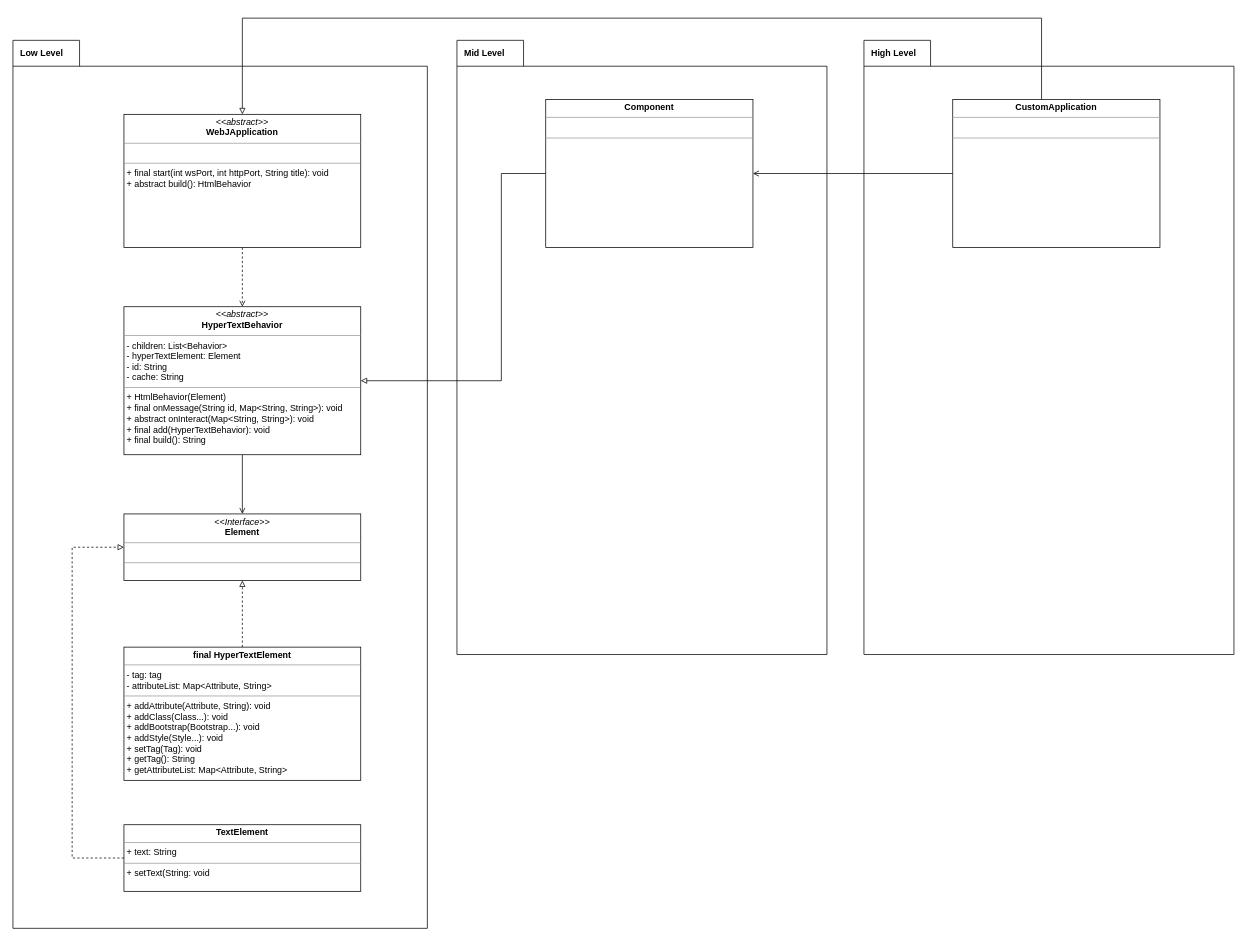
The draw.io diagram page "UML" (5 of 5) of plan/WebGraphics.drawio in VelocityPackage/webJ, before the edit. Source tidied: cells renumbered, new cells numbered last; positions are measured from the earlier drawing's top-left corner, leaving out a move shared by most shapes. Both pictures are drawn from the tidied source at 74%, with x=0, y=0 at pixel (13, 18).
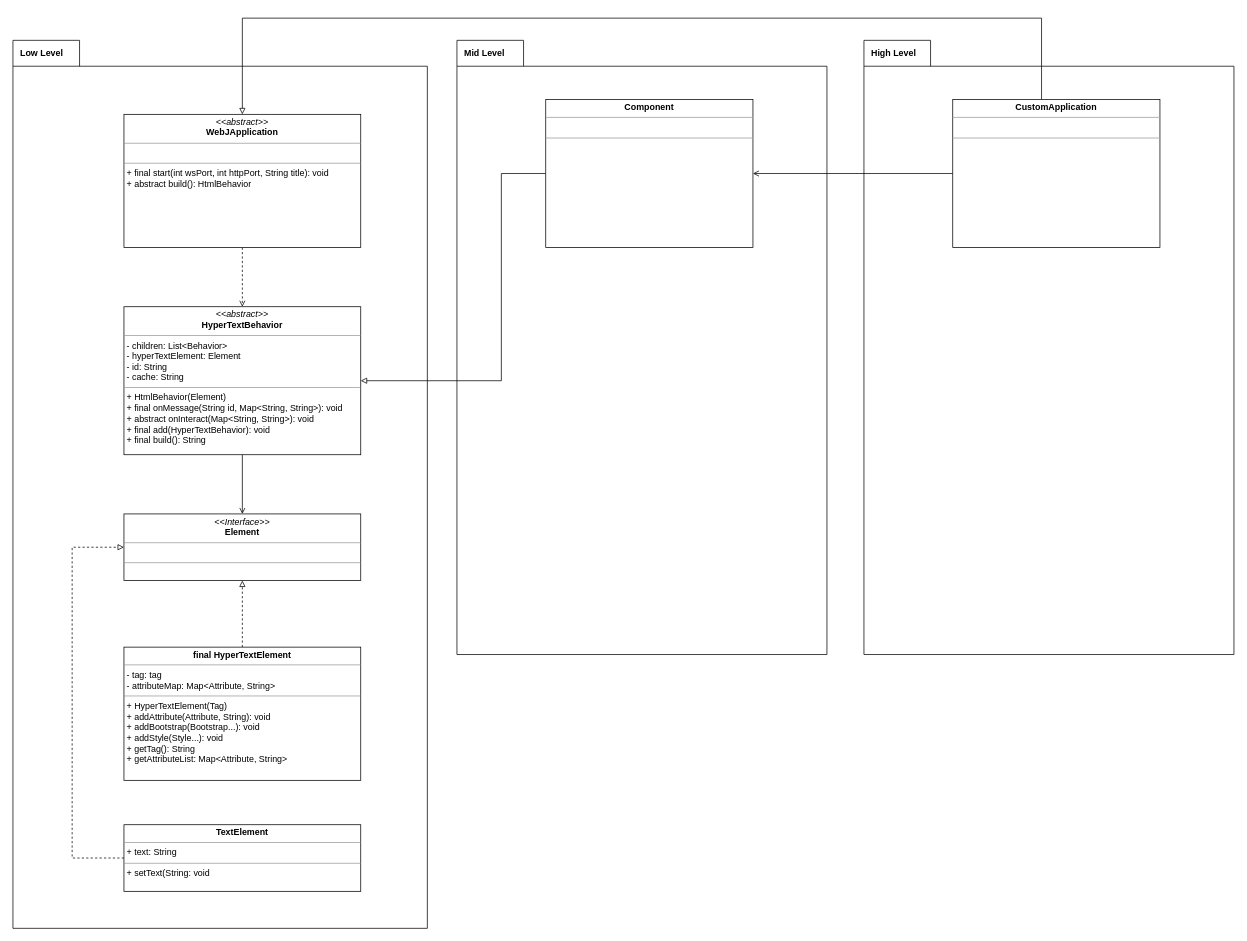
Above is the later version.

Diff of the diagram source:
```diff
@@
-    <mxCell id="6" value="&lt;p style=&quot;margin: 0px ; margin-top: 4px ; text-align: center&quot;&gt;&lt;b&gt;final HyperTextElement&lt;/b&gt;&lt;/p&gt;&lt;hr size=&quot;1&quot;&gt;&lt;p style=&quot;margin: 0px ; margin-left: 4px&quot;&gt;&lt;span&gt;- tag: tag&lt;/span&gt;&lt;br&gt;&lt;/p&gt;&lt;p style=&quot;margin: 0px ; margin-left: 4px&quot;&gt;- attributeList: Map&amp;lt;Attribute, String&amp;gt;&lt;/p&gt;&lt;hr size=&quot;1&quot;&gt;&lt;p style=&quot;margin: 0px ; margin-left: 4px&quot;&gt;&lt;span&gt;+ addAttribute(Attribute, String): void&lt;/span&gt;&lt;br&gt;&lt;/p&gt;&lt;p style=&quot;margin: 0px ; margin-left: 4px&quot;&gt;&lt;span&gt;+ addClass(Class...): void&lt;/span&gt;&lt;/p&gt;&lt;p style=&quot;margin: 0px ; margin-left: 4px&quot;&gt;+ addBootstrap(Bootstrap...): void&lt;/p&gt;&lt;p style=&quot;margin: 0px ; margin-left: 4px&quot;&gt;+ addStyle(Style...): void&lt;/p&gt;&lt;p style=&quot;margin: 0px ; margin-left: 4px&quot;&gt;+ setTag(Tag): void&lt;/p&gt;&lt;p style=&quot;margin: 0px ; margin-left: 4px&quot;&gt;+ getTag(): String&lt;/p&gt;&lt;p style=&quot;margin: 0px ; margin-left: 4px&quot;&gt;+ getAttributeList: Map&amp;lt;Attribute, String&amp;gt;&lt;/p&gt;" style="verticalAlign=top;align=left;overflow=fill;fontSize=12;fontFamily=Helvetica;html=1;" parent="1" vertex="1">
+    <mxCell id="6" value="&lt;p style=&quot;margin: 0px ; margin-top: 4px ; text-align: center&quot;&gt;&lt;b&gt;final HyperTextElement&lt;/b&gt;&lt;/p&gt;&lt;hr size=&quot;1&quot;&gt;&lt;p style=&quot;margin: 0px ; margin-left: 4px&quot;&gt;&lt;span&gt;- tag: tag&lt;/span&gt;&lt;br&gt;&lt;/p&gt;&lt;p style=&quot;margin: 0px ; margin-left: 4px&quot;&gt;- attributeMap: Map&amp;lt;Attribute, String&amp;gt;&lt;/p&gt;&lt;hr size=&quot;1&quot;&gt;&lt;p style=&quot;margin: 0px ; margin-left: 4px&quot;&gt;+ HyperTextElement(Tag)&lt;/p&gt;&lt;p style=&quot;margin: 0px ; margin-left: 4px&quot;&gt;&lt;span&gt;+ addAttribute(Attribute, String): void&lt;/span&gt;&lt;br&gt;&lt;/p&gt;&lt;p style=&quot;margin: 0px ; margin-left: 4px&quot;&gt;&lt;span&gt;+ addBootstrap(Bootstrap...): void&lt;/span&gt;&lt;br&gt;&lt;/p&gt;&lt;p style=&quot;margin: 0px ; margin-left: 4px&quot;&gt;+ addStyle(Style...): void&lt;/p&gt;&lt;p style=&quot;margin: 0px ; margin-left: 4px&quot;&gt;+ getTag(): String&lt;/p&gt;&lt;p style=&quot;margin: 0px ; margin-left: 4px&quot;&gt;+ getAttributeList: Map&amp;lt;Attribute, String&amp;gt;&lt;/p&gt;" style="verticalAlign=top;align=left;overflow=fill;fontSize=12;fontFamily=Helvetica;html=1;" parent="1" vertex="1">
       <mxGeometry x="150" y="850" width="320" height="180" as="geometry" />
     </mxCell>
```
